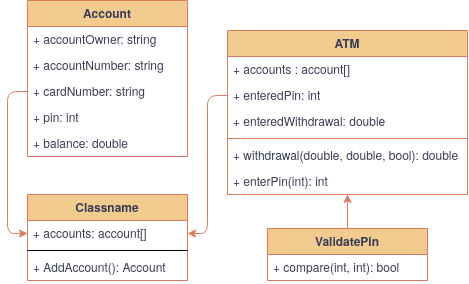
Before: assets/class-diagram.png, a diagram exported from draw.io (LinusTM/atm-unittesting). Source tidied: cells renumbered, new cells last; positions are measured from the earlier drawing's top-left corner, leaving out a move shared by most shapes.
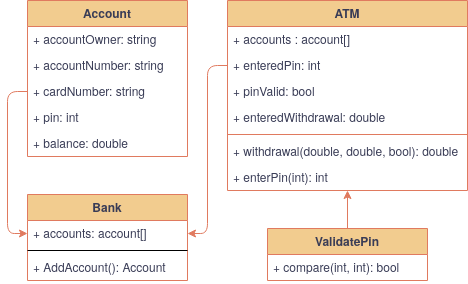
Later version of the same file.

The edit, as a diff of the source:
```diff
@@ -30,7 +30,7 @@
       <mxGeometry y="26" width="160" height="26" as="geometry" />
     </mxCell>
     <mxCell id="11" value="ATM&#10;" style="swimlane;fontStyle=1;align=center;verticalAlign=top;horizontal=1;startSize=26;fillColor=#F2CC8F;strokeColor=#E07A5F;fontColor=#393C56;" parent="1" vertex="1">
-      <mxGeometry x="200" y="30" width="240" height="164" as="geometry" />
+      <mxGeometry x="200" width="240" height="190" as="geometry" />
     </mxCell>
     <mxCell id="12" value="+ accounts : account[]" style="text;strokeColor=none;fillColor=none;align=left;verticalAlign=top;spacingLeft=4;spacingRight=4;overflow=hidden;fontColor=#393C56;" parent="11" vertex="1">
       <mxGeometry y="26" width="240" height="26" as="geometry" />
@@ -38,19 +38,22 @@
     <mxCell id="13" value="+ enteredPin: int" style="text;strokeColor=none;fillColor=none;align=left;verticalAlign=top;spacingLeft=4;spacingRight=4;overflow=hidden;points=[[0,0.5],[1,0.5]];portConstraint=eastwest;fontColor=#393C56;" parent="11" vertex="1">
       <mxGeometry y="52" width="240" height="26" as="geometry" />
     </mxCell>
+    <mxCell id="24" value="+ pinValid: bool" style="text;strokeColor=none;fillColor=none;align=left;verticalAlign=top;spacingLeft=4;spacingRight=4;overflow=hidden;fontColor=#393C56;" parent="11" vertex="1">
+      <mxGeometry y="78" width="240" height="26" as="geometry" />
+    </mxCell>
     <mxCell id="14" value="+ enteredWithdrawal: double" style="text;strokeColor=none;fillColor=none;align=left;verticalAlign=top;spacingLeft=4;spacingRight=4;overflow=hidden;fontColor=#393C56;" parent="11" vertex="1">
-      <mxGeometry y="78" width="240" height="26" as="geometry" />
+      <mxGeometry y="104" width="240" height="26" as="geometry" />
     </mxCell>
     <mxCell id="15" style="line;strokeWidth=1;fillColor=none;align=left;verticalAlign=middle;spacingTop=-1;spacingLeft=3;spacingRight=3;labelPosition=right;labelBackgroundColor=#F4F1DE;strokeColor=#E07A5F;fontColor=#393C56;" parent="11" vertex="1">
-      <mxGeometry y="104" width="240" height="8" as="geometry" />
+      <mxGeometry y="130" width="240" height="8" as="geometry" />
     </mxCell>
     <mxCell id="16" value="+ withdrawal(double, double, bool): double" style="text;strokeColor=none;fillColor=none;align=left;verticalAlign=top;spacingLeft=4;spacingRight=4;overflow=hidden;fontColor=#393C56;" parent="11" vertex="1">
-      <mxGeometry y="112" width="240" height="26" as="geometry" />
+      <mxGeometry y="138" width="240" height="26" as="geometry" />
     </mxCell>
     <mxCell id="17" value="+ enterPin(int): int" style="text;strokeColor=none;fillColor=none;align=left;verticalAlign=top;spacingLeft=4;spacingRight=4;overflow=hidden;fontColor=#393C56;" parent="11" vertex="1">
-      <mxGeometry y="138" width="240" height="26" as="geometry" />
+      <mxGeometry y="164" width="240" height="26" as="geometry" />
     </mxCell>
-    <mxCell id="18" value="Classname" style="swimlane;fontStyle=1;align=center;verticalAlign=top;horizontal=1;startSize=26;rounded=0;sketch=0;fontColor=#393C56;strokeColor=#E07A5F;fillColor=#F2CC8F;" parent="1" vertex="1">
+    <mxCell id="18" value="Bank" style="swimlane;fontStyle=1;align=center;verticalAlign=top;horizontal=1;startSize=26;rounded=0;sketch=0;fontColor=#393C56;strokeColor=#E07A5F;fillColor=#F2CC8F;" parent="1" vertex="1">
       <mxGeometry y="194" width="160" height="86" as="geometry" />
     </mxCell>
     <mxCell id="19" value="+ accounts: account[]" style="text;strokeColor=none;fillColor=none;align=left;verticalAlign=top;spacingLeft=4;spacingRight=4;overflow=hidden;points=[[0,0.5],[1,0.5]];portConstraint=eastwest;fontColor=#393C56;" parent="18" vertex="1">
```
